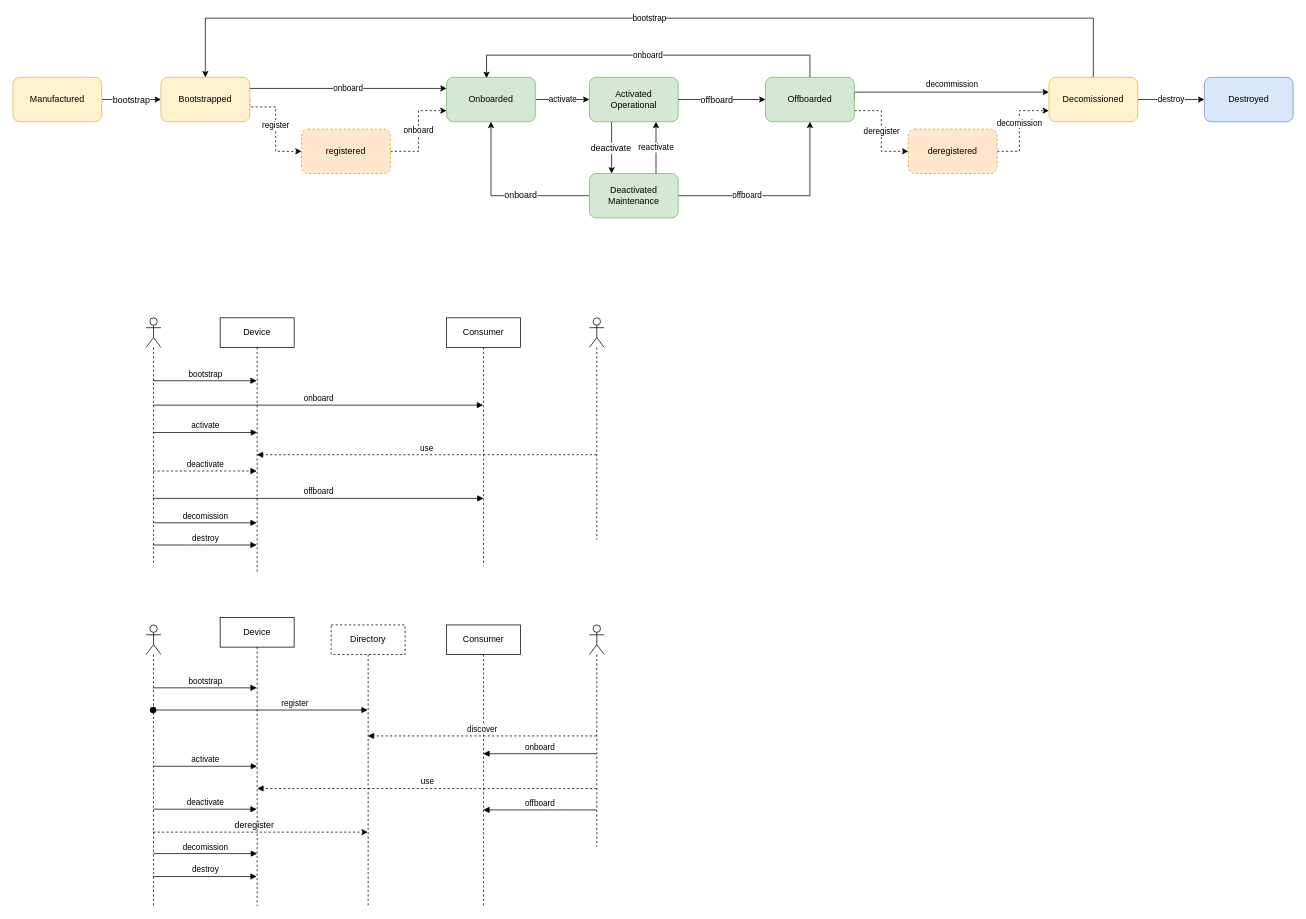
Before: proposals/unified device lifecycle.drawio in w3c/wot-architecture, a draw.io diagram. Source tidied: cells renumbered, new cells numbered last; positions are measured from the earlier drawing's top-left corner, leaving out a move shared by most shapes. Both pictures are drawn from the tidied source at 74%, with x=0, y=0 at pixel (13, 18).
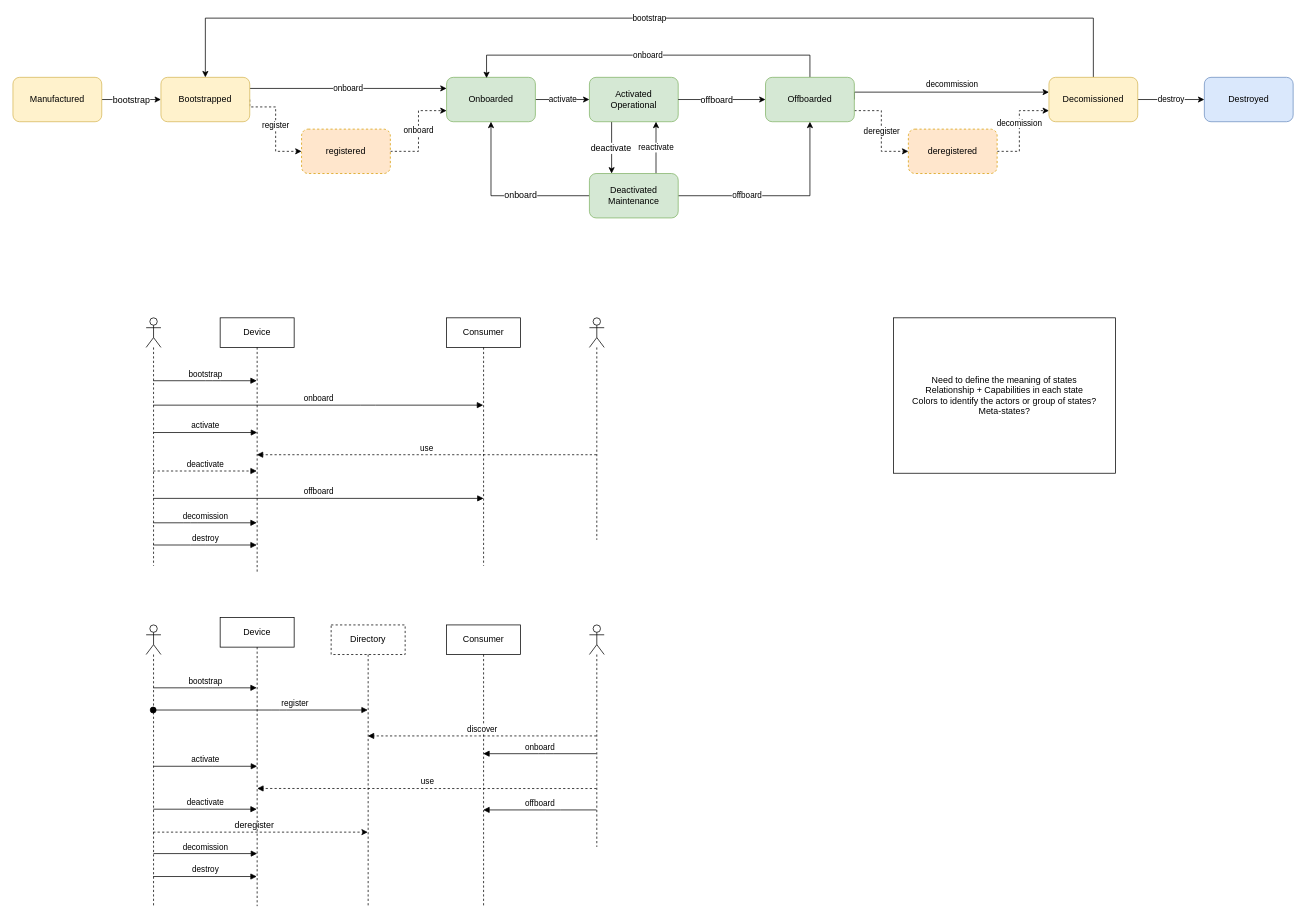
The same diagram, later.

Diff of the diagram source:
```diff
@@
+    <mxCell id="61" value="Need to define the meaning of states&lt;br&gt;Relationship + Capabilities in each state&lt;br&gt;Colors to identify the actors or group of states?&lt;br&gt;Meta-states?" style="rounded=0;whiteSpace=wrap;html=1;" parent="1" vertex="1">
+      <mxGeometry x="1190" y="405" width="300" height="210" as="geometry" />
+    </mxCell>
```
